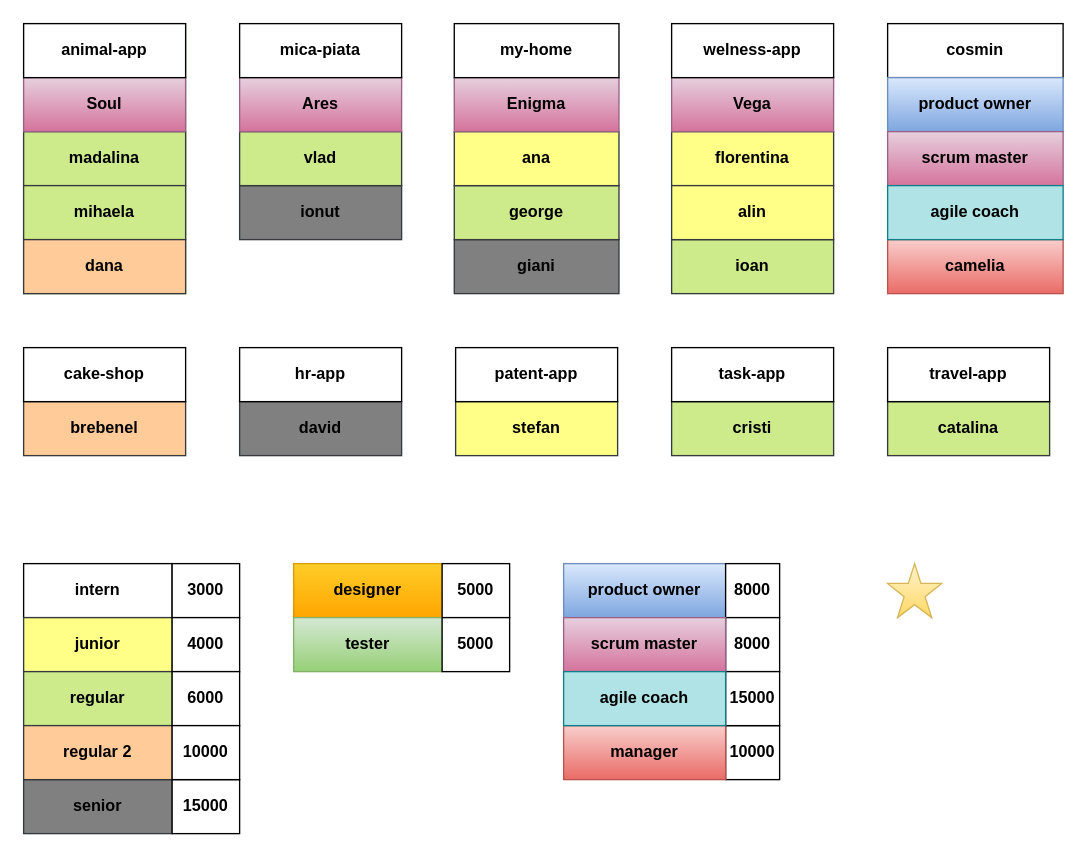
The draw.io diagram docs/team RO23.drawio in cosminbucur/final-ro23, before the edit. Source tidied: cells renumbered, new cells numbered last; positions are measured from the earlier drawing's top-left corner, leaving out a move shared by most shapes. Both pictures are drawn from the tidied source at 135%, with x=0, y=0 at pixel (23, 23).
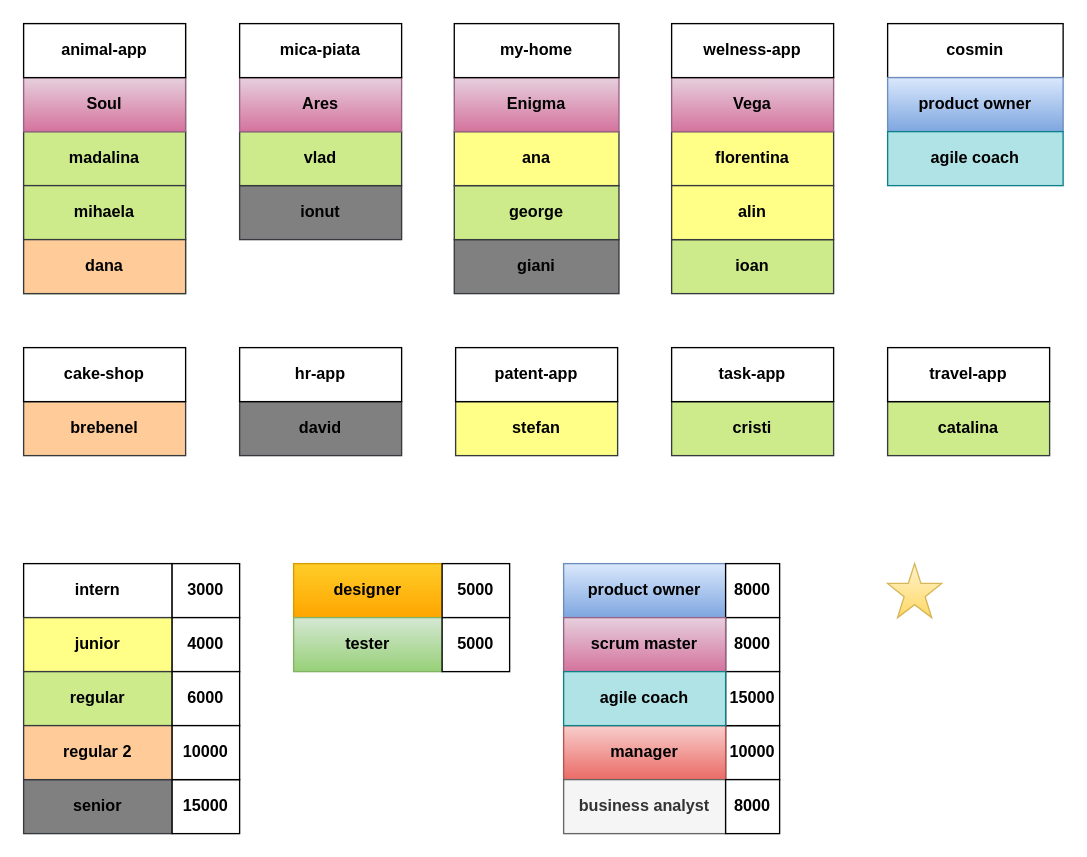
The same page after the edit.

Unchanged cells that the change refers to:
```xml
<mxCell id="56" style="group;" parent="1" vertex="1">
  <mxGeometry x="400" y="400" width="160" height="160" as="geometry" />
</mxCell>
<mxCell id="67" style="group;" parent="1" vertex="1">
  <mxGeometry x="640" width="130" height="200" as="geometry" />
</mxCell>
<mxCell id="70" style="group;" parent="67" vertex="1">
  <mxGeometry y="40" width="130" height="120" as="geometry" />
</mxCell>
```

Change to the diagram source:
```diff
@@
+    <mxCell id="74" style="group;" parent="56" vertex="1">
+      <mxGeometry width="160" height="160" as="geometry" />
+    </mxCell>
-    <mxCell id="58" style="group;" parent="56" vertex="1">
+    <mxCell id="58" style="group;" parent="74" vertex="1">
       <mxGeometry x="120" width="40" height="160" as="geometry" />
     </mxCell>
@@
-    <mxCell id="63" style="group;" parent="56" vertex="1">
+    <mxCell id="63" style="group;" parent="74" vertex="1">
       <mxGeometry y="40" width="120" height="120" as="geometry" />
     </mxCell>
@@
-    <mxCell id="69" value="camelia" style="rounded=0;whiteSpace=wrap;html=1;fillColor=#f8cecc;strokeColor=#b85450;fontStyle=1;gradientColor=#ea6b66;" parent="67" vertex="1">
-      <mxGeometry y="160" width="130" height="40" as="geometry" />
-    </mxCell>
@@
-    <mxCell id="72" value="scrum master" style="rounded=0;whiteSpace=wrap;html=1;fillColor=#e6d0de;strokeColor=#996185;fontStyle=1;gradientColor=#d5739d;" parent="70" vertex="1">
-      <mxGeometry y="40" width="130" height="40" as="geometry" />
-    </mxCell>
     <mxCell id="73" value="agile coach" style="rounded=0;whiteSpace=wrap;html=1;fillColor=#b0e3e6;strokeColor=#0e8088;fontStyle=1;" parent="70" vertex="1">
-      <mxGeometry y="80" width="130" height="40" as="geometry" />
+      <mxGeometry y="40" width="130" height="40" as="geometry" />
     </mxCell>
+    <mxCell id="75" value="business analyst" style="rounded=0;whiteSpace=wrap;html=1;fillColor=#f5f5f5;strokeColor=#666666;fontStyle=1;fontColor=#333333;" parent="1" vertex="1">
+      <mxGeometry x="400" y="560" width="120" height="40" as="geometry" />
+    </mxCell>
+    <mxCell id="76" value="8000" style="rounded=0;whiteSpace=wrap;html=1;fontStyle=1;" parent="1" vertex="1">
+      <mxGeometry x="520" y="560" width="40" height="40" as="geometry" />
+    </mxCell>
```
